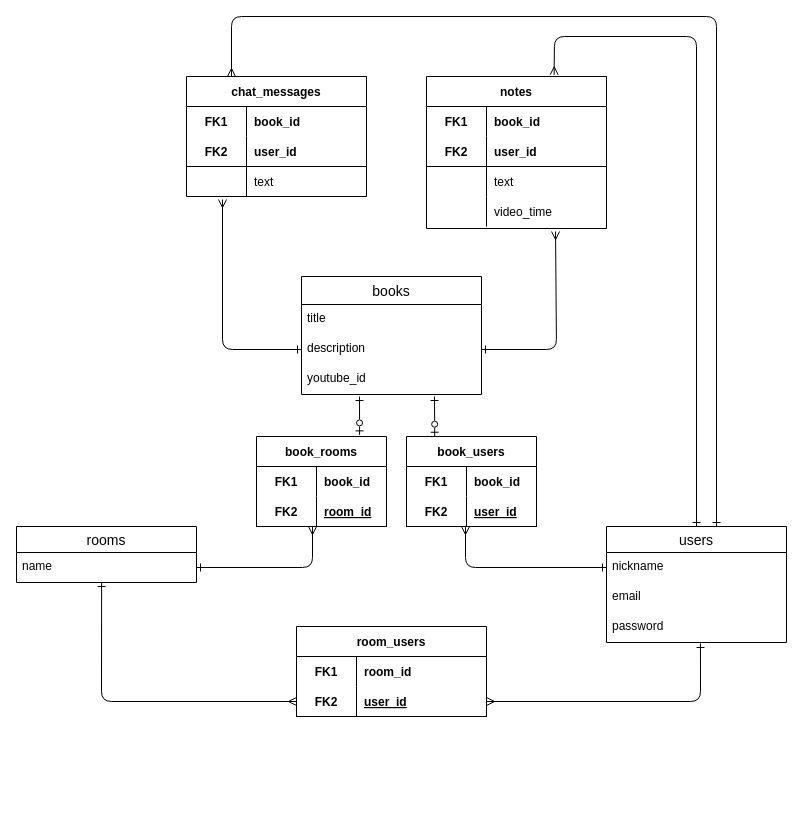
Earlier version of the draw.io diagram ERD.dio (gingin-s/tubook). Source tidied: cells renumbered, new cells numbered last; positions are measured from the earlier drawing's top-left corner, leaving out a move shared by most shapes. Both pictures are drawn from the tidied source at 100%, with x=0, y=0 at pixel (16, 16).
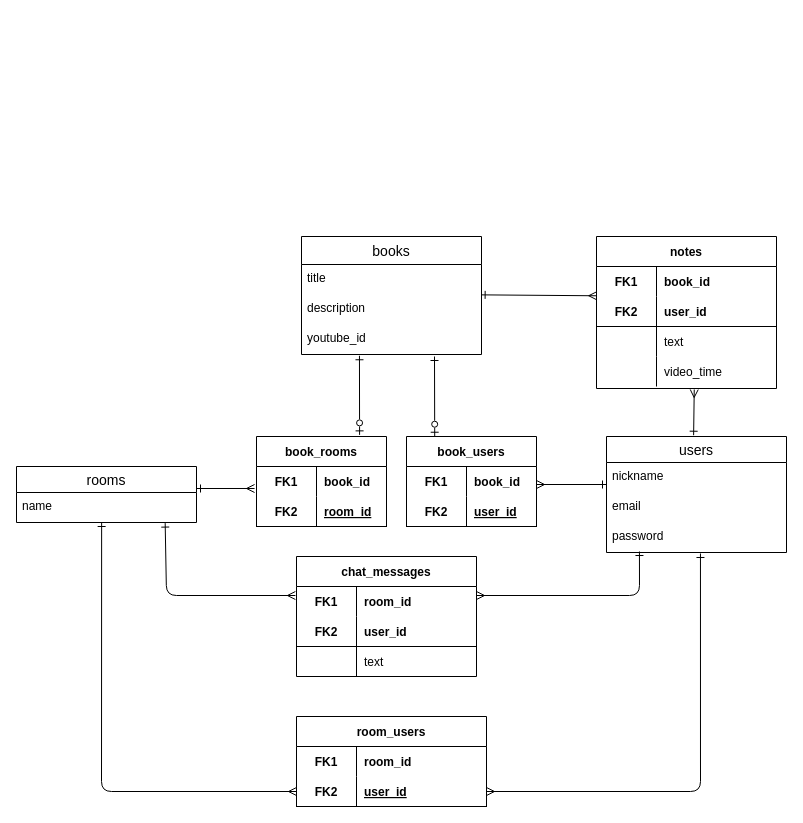
The same diagram, later.

The change refers to these unchanged cells:
```xml
<mxCell id="3" value="book_users" style="shape=table;startSize=30;childLayout=tableLayout;rowLines=0;fontStyle=1;align=center;labelBackgroundColor=none;labelBorderColor=none;strokeColor=default;" parent="1" vertex="1">
  <mxGeometry x="390" y="420" width="130" height="90" as="geometry" />
</mxCell>
<mxCell id="12" value="description" style="text;strokeColor=none;fillColor=none;spacingLeft=4;spacingRight=4;overflow=hidden;points=[[0,0.5],[1,0.5]];portConstraint=eastwest;fontSize=12;labelBackgroundColor=none;labelBorderColor=none;" parent="10" vertex="1">
  <mxGeometry y="58" width="180" height="30" as="geometry" />
</mxCell>
<mxCell id="13" value="youtube_id" style="text;strokeColor=none;fillColor=none;spacingLeft=4;spacingRight=4;overflow=hidden;points=[[0,0.5],[1,0.5]];portConstraint=eastwest;fontSize=12;labelBackgroundColor=none;labelBorderColor=none;" parent="10" vertex="1">
  <mxGeometry y="88" width="180" height="30" as="geometry" />
</mxCell>
<mxCell id="17" value="nickname" style="text;strokeColor=none;fillColor=none;spacingLeft=4;spacingRight=4;overflow=hidden;points=[[0,0.5],[1,0.5]];portConstraint=eastwest;fontSize=12;labelBackgroundColor=none;labelBorderColor=none;" parent="16" vertex="1">
  <mxGeometry y="26" width="180" height="30" as="geometry" />
</mxCell>
<mxCell id="19" value="password" style="text;strokeColor=none;fillColor=none;spacingLeft=4;spacingRight=4;overflow=hidden;points=[[0,0.5],[1,0.5]];portConstraint=eastwest;fontSize=12;labelBackgroundColor=none;labelBorderColor=none;" parent="16" vertex="1">
  <mxGeometry y="86" width="180" height="30" as="geometry" />
</mxCell>
<mxCell id="21" value="book_rooms" style="shape=table;startSize=30;childLayout=tableLayout;rowLines=0;fontStyle=1;align=center;labelBackgroundColor=none;labelBorderColor=none;strokeColor=default;" parent="1" vertex="1">
  <mxGeometry x="240" y="420" width="130" height="90" as="geometry" />
</mxCell>
<mxCell id="22" style="shape=partialRectangle;fillColor=none;top=0;left=0;bottom=0;right=0;points=[[0,0.5],[1,0.5]];portConstraint=eastwest;labelBackgroundColor=none;labelBorderColor=none;strokeColor=default;" parent="21" vertex="1">
  <mxGeometry y="30" width="130" height="30" as="geometry" />
</mxCell>
<mxCell id="29" value="name" style="text;strokeColor=none;fillColor=none;spacingLeft=4;spacingRight=4;overflow=hidden;points=[[0,0.5],[1,0.5]];portConstraint=eastwest;fontSize=12;labelBackgroundColor=none;labelBorderColor=none;" parent="28" vertex="1">
  <mxGeometry y="26" width="180" height="30" as="geometry" />
</mxCell>
<mxCell id="34" style="shape=partialRectangle;fillColor=none;top=0;left=0;bottom=1;right=0;points=[[0,0.5],[1,0.5]];portConstraint=eastwest;labelBackgroundColor=none;labelBorderColor=none;strokeColor=default;" parent="30" vertex="1">
  <mxGeometry y="60" width="190" height="30" as="geometry" />
</mxCell>
<mxCell id="41" style="shape=partialRectangle;fillColor=none;top=0;left=0;bottom=1;right=0;points=[[0,0.5],[1,0.5]];portConstraint=eastwest;labelBackgroundColor=none;labelBorderColor=none;strokeColor=default;" parent="37" vertex="1">
  <mxGeometry y="60" width="180" height="30" as="geometry" />
</mxCell>
<mxCell id="47" style="shape=partialRectangle;fillColor=none;top=0;left=0;bottom=0;right=0;points=[[0,0.5],[1,0.5]];portConstraint=eastwest;labelBackgroundColor=none;labelBorderColor=none;strokeColor=default;" parent="37" vertex="1">
  <mxGeometry y="120" width="180" height="30" as="geometry" />
</mxCell>
<mxCell id="51" style="shape=partialRectangle;fillColor=none;top=0;left=0;bottom=0;right=0;points=[[0,0.5],[1,0.5]];portConstraint=eastwest;labelBackgroundColor=none;labelBorderColor=none;strokeColor=default;" parent="50" vertex="1">
  <mxGeometry y="30" width="180" height="30" as="geometry" />
</mxCell>
<mxCell id="57" style="shape=partialRectangle;fillColor=none;top=0;left=0;bottom=0;right=0;points=[[0,0.5],[1,0.5]];portConstraint=eastwest;labelBackgroundColor=none;labelBorderColor=none;strokeColor=default;" parent="50" vertex="1">
  <mxGeometry y="90" width="180" height="30" as="geometry" />
</mxCell>
```

What changed in the source:
```diff
@@
     <mxCell id="2" style="edgeStyle=none;html=1;startArrow=ERzeroToOne;startFill=0;endArrow=ERone;endFill=0;exitX=0.217;exitY=-0.003;exitDx=0;exitDy=0;exitPerimeter=0;" parent="1" edge="1" source="3">
       <mxGeometry relative="1" as="geometry">
-        <mxPoint x="418" y="380" as="targetPoint" />
+        <mxPoint x="418" y="340" as="targetPoint" />
       </mxGeometry>
     </mxCell>
@@
     <mxCell id="10" value="books" style="swimlane;fontStyle=0;horizontal=1;startSize=28;align=center;fontSize=14;labelBackgroundColor=none;labelBorderColor=none;strokeColor=default;" parent="1" vertex="1">
-      <mxGeometry x="285" y="260" width="180" height="118" as="geometry" />
+      <mxGeometry x="285" y="220" width="180" height="118" as="geometry" />
     </mxCell>
@@
-    <mxCell id="14" style="edgeStyle=none;html=1;entryX=0.709;entryY=-0.011;entryDx=0;entryDy=0;entryPerimeter=0;startArrow=ERone;startFill=0;endArrow=ERmany;endFill=0;exitX=0.5;exitY=0;exitDx=0;exitDy=0;" parent="1" edge="1" source="16" target="37">
-      <mxGeometry relative="1" as="geometry">
-        <Array as="points">
-          <mxPoint x="680" y="20" />
-          <mxPoint x="538" y="20" />
-        </Array>
-      </mxGeometry>
-    </mxCell>
-    <mxCell id="15" style="edgeStyle=none;html=1;entryX=0.25;entryY=0;entryDx=0;entryDy=0;startArrow=ERone;startFill=0;endArrow=ERmany;endFill=0;" parent="1" edge="1" target="50">
-      <mxGeometry relative="1" as="geometry">
-        <mxPoint x="700" y="510" as="sourcePoint" />
-        <Array as="points">
-          <mxPoint x="700" />
-          <mxPoint x="215" />
-        </Array>
-      </mxGeometry>
-    </mxCell>
+    <mxCell id="66" style="edgeStyle=none;html=1;startArrow=ERone;startFill=0;endArrow=ERmany;endFill=0;entryX=0.543;entryY=1.1;entryDx=0;entryDy=0;entryPerimeter=0;exitX=0.484;exitY=-0.011;exitDx=0;exitDy=0;exitPerimeter=0;" parent="1" edge="1" source="16" target="47">
+      <mxGeometry relative="1" as="geometry" />
+    </mxCell>
     <mxCell id="16" value="users" style="swimlane;fontStyle=0;horizontal=1;startSize=26;align=center;fontSize=14;labelBackgroundColor=none;labelBorderColor=none;strokeColor=default;" parent="1" vertex="1">
-      <mxGeometry x="590" y="510" width="180" height="116" as="geometry" />
+      <mxGeometry x="590" y="420" width="180" height="116" as="geometry" />
     </mxCell>
@@
-    <mxCell id="20" style="edgeStyle=none;html=1;startArrow=ERzeroToOne;startFill=0;endArrow=ERone;endFill=0;exitX=0.793;exitY=-0.018;exitDx=0;exitDy=0;exitPerimeter=0;" parent="1" edge="1" source="21">
-      <mxGeometry relative="1" as="geometry">
-        <mxPoint x="343" y="380" as="targetPoint" />
-      </mxGeometry>
+    <mxCell id="20" style="edgeStyle=none;html=1;startArrow=ERzeroToOne;startFill=0;endArrow=ERone;endFill=0;exitX=0.793;exitY=-0.018;exitDx=0;exitDy=0;exitPerimeter=0;entryX=0.322;entryY=1.042;entryDx=0;entryDy=0;entryPerimeter=0;" parent="1" edge="1" source="21" target="13">
+      <mxGeometry relative="1" as="geometry" />
     </mxCell>
@@
     <mxCell id="28" value="rooms" style="swimlane;fontStyle=0;horizontal=1;startSize=26;align=center;fontSize=14;labelBackgroundColor=none;labelBorderColor=none;strokeColor=default;" parent="1" vertex="1">
-      <mxGeometry y="510" width="180" height="56" as="geometry" />
+      <mxGeometry y="450" width="180" height="56" as="geometry" />
     </mxCell>
@@
     <mxCell id="30" value="room_users" style="shape=table;startSize=30;childLayout=tableLayout;rowLines=0;fontStyle=1;align=center;labelBackgroundColor=none;labelBorderColor=none;strokeColor=default;" parent="1" vertex="1">
-      <mxGeometry x="280" y="610" width="190" height="90" as="geometry" />
+      <mxGeometry x="280" y="700" width="190" height="90" as="geometry" />
     </mxCell>
@@
     <mxCell id="37" value="notes" style="shape=table;startSize=30;childLayout=tableLayout;rowLines=0;fontStyle=1;align=center;labelBackgroundColor=none;labelBorderColor=none;strokeColor=default;" parent="1" vertex="1">
-      <mxGeometry x="410" y="60" width="180" height="152" as="geometry" />
+      <mxGeometry x="580" y="220" width="180" height="152" as="geometry" />
     </mxCell>
@@
     <mxCell id="50" value="chat_messages" style="shape=table;startSize=30;childLayout=tableLayout;rowLines=0;fontStyle=1;align=center;labelBackgroundColor=none;labelBorderColor=none;strokeColor=default;" parent="1" vertex="1">
-      <mxGeometry x="170" y="60" width="180" height="120" as="geometry" />
+      <mxGeometry x="280" y="540" width="180" height="120" as="geometry" />
     </mxCell>
@@
-    <mxCell id="53" value="book_id" style="shape=partialRectangle;fillColor=none;top=0;left=0;bottom=0;right=0;align=left;spacingLeft=6;fontStyle=1;overflow=hidden;labelBackgroundColor=none;labelBorderColor=none;strokeColor=default;" parent="51" vertex="1">
+    <mxCell id="53" value="room_id" style="shape=partialRectangle;fillColor=none;top=0;left=0;bottom=0;right=0;align=left;spacingLeft=6;fontStyle=1;overflow=hidden;labelBackgroundColor=none;labelBorderColor=none;strokeColor=default;" parent="51" vertex="1">
       <mxGeometry x="60" width="120" height="30" as="geometry" />
     </mxCell>
@@
-    <mxCell id="60" style="edgeStyle=none;html=1;endArrow=ERmany;endFill=0;exitX=1;exitY=0.5;exitDx=0;exitDy=0;entryX=0.717;entryY=1.167;entryDx=0;entryDy=0;entryPerimeter=0;startArrow=ERone;startFill=0;" parent="1" edge="1" source="12" target="47">
-      <mxGeometry relative="1" as="geometry">
-        <Array as="points">
-          <mxPoint x="540" y="333" />
-        </Array>
-      </mxGeometry>
-    </mxCell>
-    <mxCell id="61" style="edgeStyle=none;html=1;entryX=0.2;entryY=1.1;entryDx=0;entryDy=0;entryPerimeter=0;startArrow=ERone;startFill=0;endArrow=ERmany;endFill=0;exitX=0;exitY=0.5;exitDx=0;exitDy=0;" parent="1" edge="1" source="12" target="57">
-      <mxGeometry relative="1" as="geometry">
-        <Array as="points">
-          <mxPoint x="206" y="333" />
-        </Array>
-      </mxGeometry>
-    </mxCell>
-    <mxCell id="62" style="edgeStyle=none;html=1;startArrow=ERone;startFill=0;endArrow=ERmany;endFill=0;exitX=0;exitY=0.5;exitDx=0;exitDy=0;" parent="1" edge="1" source="17">
-      <mxGeometry relative="1" as="geometry">
-        <mxPoint x="449" y="510" as="targetPoint" />
-        <Array as="points">
-          <mxPoint x="449" y="551" />
-        </Array>
-      </mxGeometry>
-    </mxCell>
-    <mxCell id="63" style="edgeStyle=none;html=1;startArrow=ERone;startFill=0;endArrow=ERmany;endFill=0;exitX=1;exitY=0.5;exitDx=0;exitDy=0;" parent="1" edge="1" source="29">
-      <mxGeometry relative="1" as="geometry">
-        <mxPoint x="296" y="510" as="targetPoint" />
-        <Array as="points">
-          <mxPoint x="296" y="551" />
-        </Array>
-      </mxGeometry>
-    </mxCell>
     <mxCell id="64" style="edgeStyle=none;html=1;entryX=0;entryY=0.5;entryDx=0;entryDy=0;startArrow=ERone;startFill=0;endArrow=ERmany;endFill=0;exitX=0.473;exitY=1;exitDx=0;exitDy=0;exitPerimeter=0;" parent="1" edge="1" source="29" target="34">
       <mxGeometry relative="1" as="geometry">
         <Array as="points">
-          <mxPoint x="85" y="685" />
+          <mxPoint x="85" y="775" />
         </Array>
       </mxGeometry>
     </mxCell>
     <mxCell id="65" style="edgeStyle=none;html=1;entryX=1;entryY=0.5;entryDx=0;entryDy=0;startArrow=ERone;startFill=0;endArrow=ERmany;endFill=0;exitX=0.522;exitY=1.033;exitDx=0;exitDy=0;exitPerimeter=0;" parent="1" edge="1" source="19" target="34">
       <mxGeometry relative="1" as="geometry">
         <Array as="points">
-          <mxPoint x="684" y="685" />
+          <mxPoint x="684" y="775" />
         </Array>
       </mxGeometry>
     </mxCell>
+    <mxCell id="67" style="edgeStyle=none;html=1;startArrow=ERone;startFill=0;endArrow=ERmany;endFill=0;" parent="1" edge="1">
+      <mxGeometry relative="1" as="geometry">
+        <mxPoint x="590" y="468" as="sourcePoint" />
+        <mxPoint x="520" y="468" as="targetPoint" />
+      </mxGeometry>
+    </mxCell>
+    <mxCell id="68" style="edgeStyle=none;html=1;entryX=-0.015;entryY=0.733;entryDx=0;entryDy=0;startArrow=ERone;startFill=0;endArrow=ERmany;endFill=0;entryPerimeter=0;" parent="1" edge="1" target="22">
+      <mxGeometry relative="1" as="geometry">
+        <mxPoint x="180" y="472" as="sourcePoint" />
+      </mxGeometry>
+    </mxCell>
+    <mxCell id="69" style="edgeStyle=none;html=1;startArrow=ERone;startFill=0;endArrow=ERmany;endFill=0;exitX=0.183;exitY=0.967;exitDx=0;exitDy=0;exitPerimeter=0;" parent="1" edge="1" source="19">
+      <mxGeometry relative="1" as="geometry">
+        <mxPoint x="460" y="579" as="targetPoint" />
+        <Array as="points">
+          <mxPoint x="623" y="579" />
+        </Array>
+      </mxGeometry>
+    </mxCell>
+    <mxCell id="70" style="edgeStyle=none;html=1;entryX=-0.006;entryY=0.3;entryDx=0;entryDy=0;entryPerimeter=0;startArrow=ERone;startFill=0;endArrow=ERmany;endFill=0;exitX=0.826;exitY=1.02;exitDx=0;exitDy=0;exitPerimeter=0;" parent="1" edge="1" source="29" target="51">
+      <mxGeometry relative="1" as="geometry">
+        <Array as="points">
+          <mxPoint x="150" y="579" />
+        </Array>
+      </mxGeometry>
+    </mxCell>
+    <mxCell id="71" style="edgeStyle=none;html=1;exitX=0.998;exitY=0.012;exitDx=0;exitDy=0;entryX=0.001;entryY=-0.024;entryDx=0;entryDy=0;entryPerimeter=0;startArrow=ERone;startFill=0;endArrow=ERmany;endFill=0;exitPerimeter=0;" parent="1" edge="1" source="12" target="41">
+      <mxGeometry relative="1" as="geometry" />
+    </mxCell>
```
